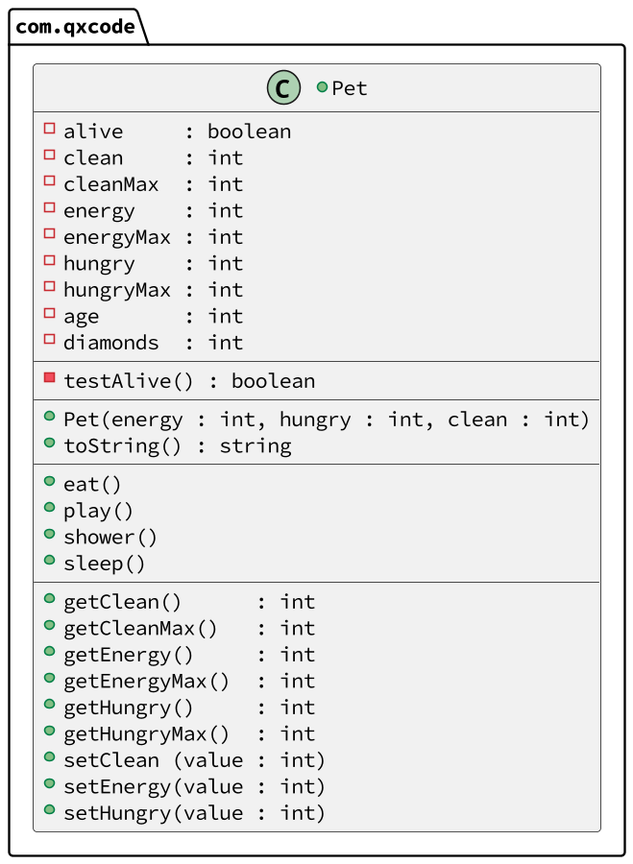
Above: base/006/diagrama.png in qxcodepoo/arcade (PlantUML), before the change. The source it was exported from:
```plantuml
@startuml

skinparam defaultFontName Hasklig
skinparam dpi 150

package com.qxcode {
  +class Pet {
    - alive     : boolean
    - clean     : int
    - cleanMax  : int
    - energy    : int
    - energyMax : int
    - hungry    : int
    - hungryMax : int
    - age       : int
    - diamonds  : int
    __
    - testAlive() : boolean
    __
    + Pet(energy : int, hungry : int, clean : int)
    + toString() : string
    __
    + eat()
    + play()
    + shower()
    + sleep()
    __
    + getClean()      : int
    + getCleanMax()   : int
    + getEnergy()     : int
    + getEnergyMax()  : int
    + getHungry()     : int
    + getHungryMax()  : int
    + setClean (value : int)
    + setEnergy(value : int)
    + setHungry(value : int)
  }
}
@enduml
```
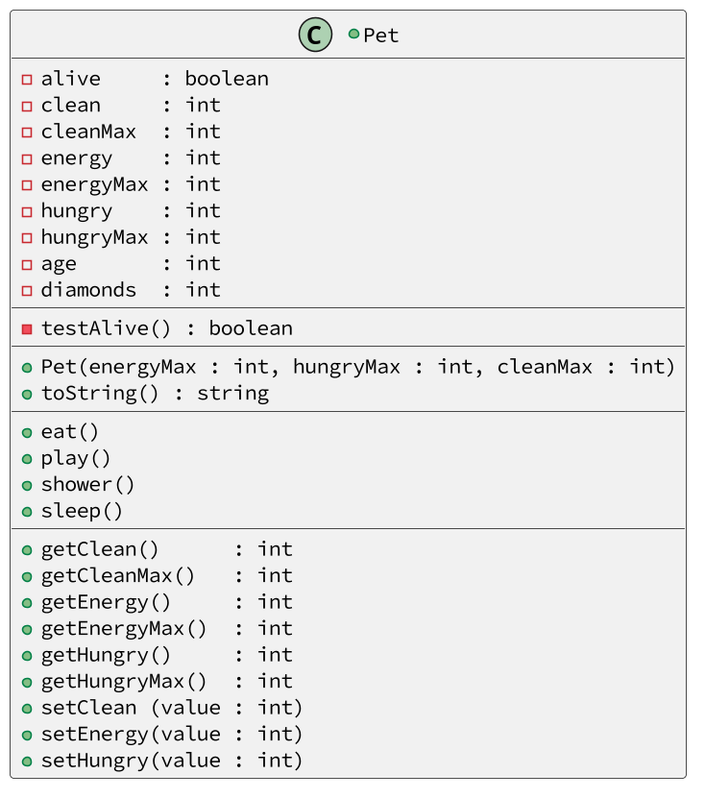
After the change.

Change to the diagram source:
```diff
@@ -1,10 +1,7 @@
 @startuml
-
 skinparam defaultFontName Hasklig
 skinparam dpi 150
-
-package com.qxcode {
-  +class Pet {
++class Pet {
     - alive     : boolean
     - clean     : int
     - cleanMax  : int
@@ -17,7 +14,7 @@
     __
     - testAlive() : boolean
     __
-    + Pet(energy : int, hungry : int, clean : int)
+    + Pet(energyMax : int, hungryMax : int, cleanMax : int)
     + toString() : string
     __
     + eat()
@@ -34,6 +31,5 @@
     + setClean (value : int)
     + setEnergy(value : int)
     + setHungry(value : int)
-  }
 }
 @enduml
```
